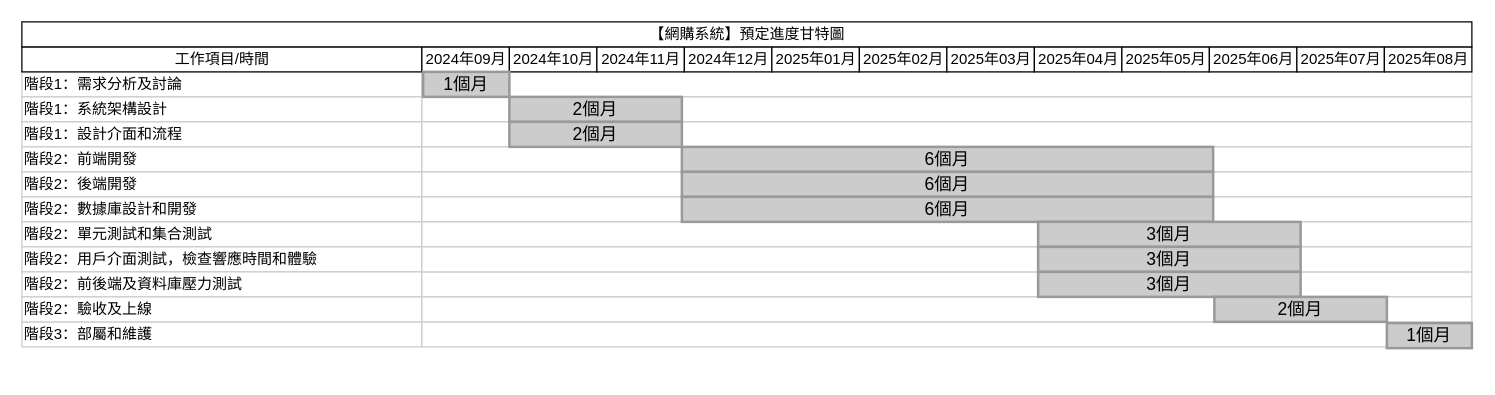
This is src/一下_軟體專案管理/專案管理2024.05.04.drawio from weiiweiihung/NTOU_Homework, a draw.io file, before an edit. Source tidied: cells renumbered, new cells numbered last; positions are measured from the earlier drawing's top-left corner, leaving out a move shared by most shapes. Both pictures are drawn from the tidied source at 125%, with x=0, y=0 at pixel (21, 21).
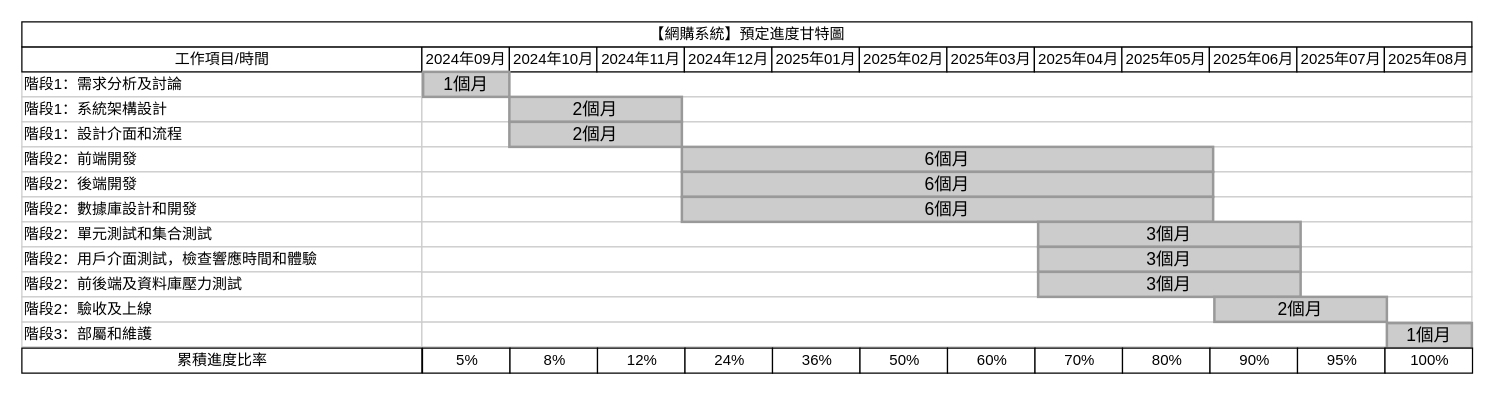
After the change.

Commit message (it also covers changes not shown here):
加上甘特圖的百分比

The edit, as a diff of the source:
```diff
@@
+    <mxCell id="49" value="累積進度比率" style="strokeWidth=1;fontStyle=0;html=1;" parent="1" vertex="1">
+      <mxGeometry y="261" width="320" height="20" as="geometry" />
+    </mxCell>
+    <mxCell id="50" value="5%" style="strokeWidth=1;fontStyle=0;html=1;" parent="1" vertex="1">
+      <mxGeometry x="320.5" y="261" width="70" height="20" as="geometry" />
+    </mxCell>
+    <mxCell id="51" value="8%" style="strokeWidth=1;fontStyle=0;html=1;" parent="1" vertex="1">
+      <mxGeometry x="390.5" y="261" width="70" height="20" as="geometry" />
+    </mxCell>
+    <mxCell id="52" value="12%" style="strokeWidth=1;fontStyle=0;html=1;" parent="1" vertex="1">
+      <mxGeometry x="460.5" y="261" width="70" height="20" as="geometry" />
+    </mxCell>
+    <mxCell id="53" value="24%" style="strokeWidth=1;fontStyle=0;html=1;" parent="1" vertex="1">
+      <mxGeometry x="530.5" y="261" width="70" height="20" as="geometry" />
+    </mxCell>
+    <mxCell id="54" value="36%" style="strokeWidth=1;fontStyle=0;html=1;" parent="1" vertex="1">
+      <mxGeometry x="600.5" y="261" width="70" height="20" as="geometry" />
+    </mxCell>
+    <mxCell id="55" value="50%" style="strokeWidth=1;fontStyle=0;html=1;" parent="1" vertex="1">
+      <mxGeometry x="670.5" y="261" width="70" height="20" as="geometry" />
+    </mxCell>
+    <mxCell id="56" value="60%" style="strokeWidth=1;fontStyle=0;html=1;" parent="1" vertex="1">
+      <mxGeometry x="740.5" y="261" width="70" height="20" as="geometry" />
+    </mxCell>
+    <mxCell id="57" value="70%" style="strokeWidth=1;fontStyle=0;html=1;" parent="1" vertex="1">
+      <mxGeometry x="810.5" y="261" width="70" height="20" as="geometry" />
+    </mxCell>
+    <mxCell id="58" value="80%" style="strokeWidth=1;fontStyle=0;html=1;" parent="1" vertex="1">
+      <mxGeometry x="880.5" y="261" width="70" height="20" as="geometry" />
+    </mxCell>
+    <mxCell id="59" value="90%" style="strokeWidth=1;fontStyle=0;html=1;" parent="1" vertex="1">
+      <mxGeometry x="950.5" y="261" width="70" height="20" as="geometry" />
+    </mxCell>
+    <mxCell id="60" value="95%" style="strokeWidth=1;fontStyle=0;html=1;" parent="1" vertex="1">
+      <mxGeometry x="1020.5" y="261" width="70" height="20" as="geometry" />
+    </mxCell>
+    <mxCell id="61" value="100%" style="strokeWidth=1;fontStyle=0;html=1;" parent="1" vertex="1">
+      <mxGeometry x="1090.5" y="261" width="70" height="20" as="geometry" />
+    </mxCell>
```
